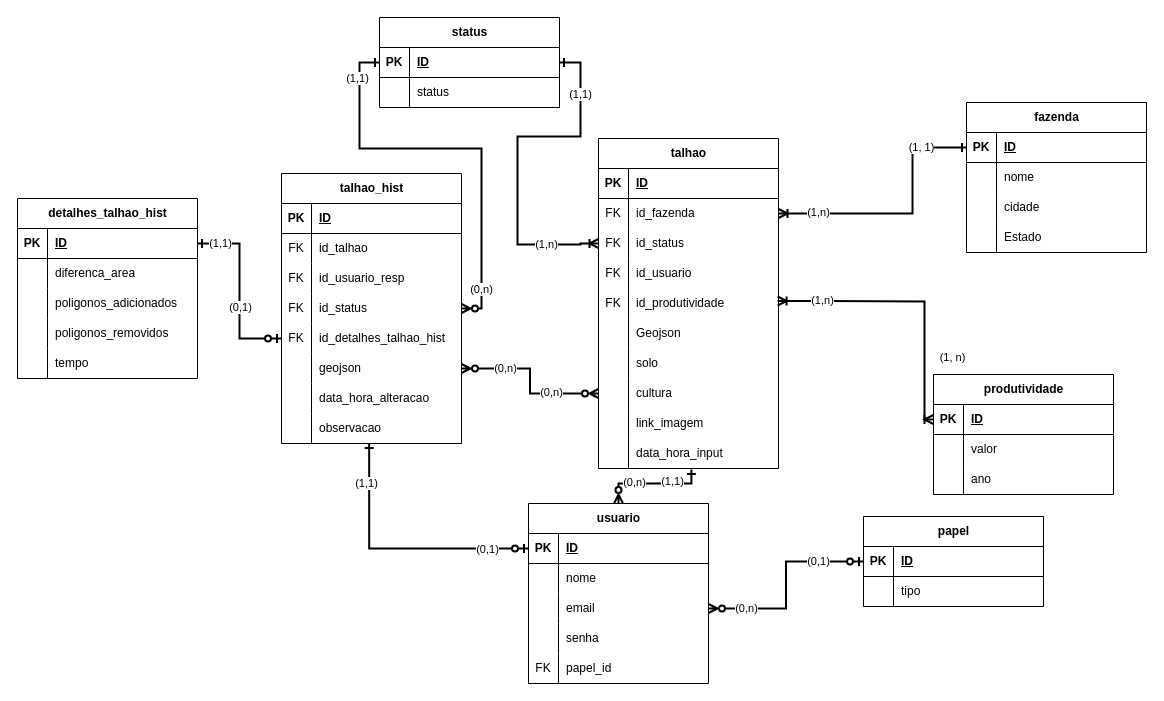
Before: Diagrama entidade.drawio in Morpheus-Fatec/API_4S_Visiona_PolygonEditor, a draw.io diagram. Source tidied: cells renumbered, new cells numbered last; positions are measured from the earlier drawing's top-left corner, leaving out a move shared by most shapes. Both pictures are drawn from the tidied source at 100%, with x=0, y=0 at pixel (17, 17).
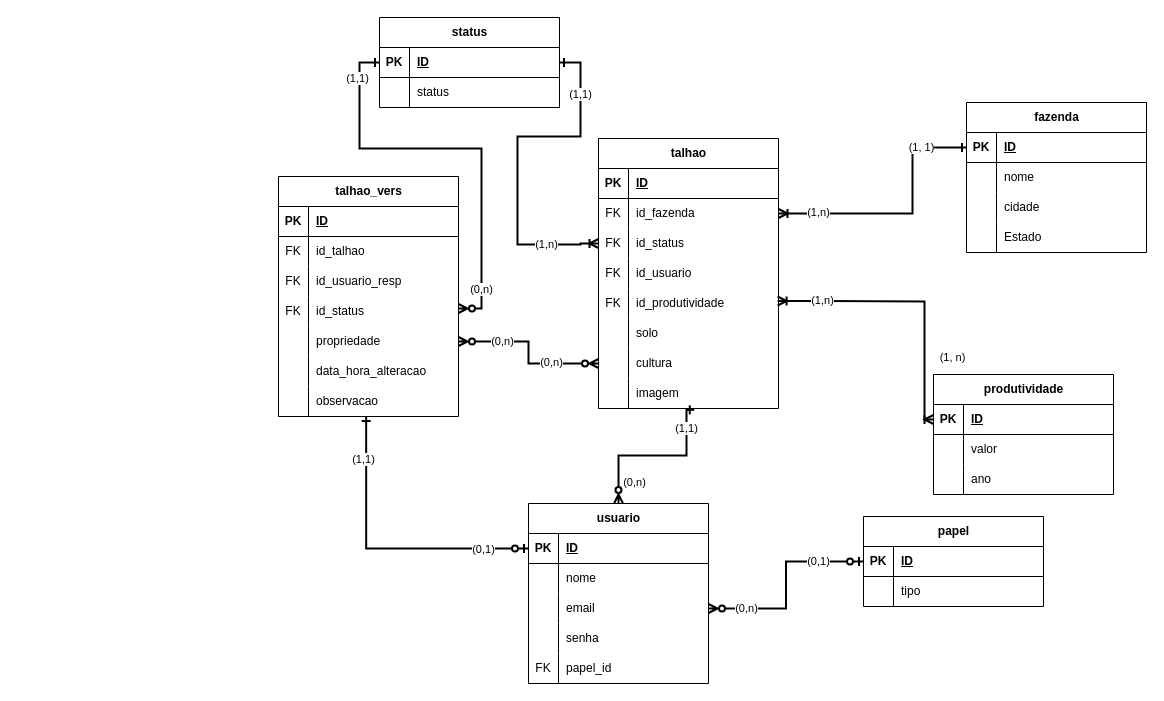
After the change.

Commit message:
correcoes no diagrama

The change refers to these unchanged cells:
```xml
<mxCell id="59" value="usuario" style="shape=table;startSize=30;childLayout=tableLayout;rowLines=0;fontStyle=1;align=center;html=1;" parent="1" vertex="1">
  <mxGeometry x="511" y="486" width="180" height="180" as="geometry" />
</mxCell>
```

The edit, as a diff of the source:
```diff
@@
     <mxCell id="2" value="talhao" style="shape=table;startSize=30;childLayout=tableLayout;rowLines=0;fontStyle=1;align=center;html=1;" parent="1" vertex="1">
-      <mxGeometry x="581" y="121" width="180" height="330" as="geometry" />
+      <mxGeometry x="581" y="121" width="180" height="270" as="geometry" />
     </mxCell>
@@
-    <mxCell id="18" style="shape=tableRow;horizontal=0;startSize=0;swimlaneHead=0;swimlaneBody=0;fillColor=none;top=0;left=0;right=0;bottom=0;" parent="2" vertex="1">
-      <mxGeometry y="180" width="180" height="30" as="geometry" />
-    </mxCell>
-    <mxCell id="19" style="shape=partialRectangle;fillColor=none;top=0;left=0;bottom=0;right=0;overflow=hidden;whiteSpace=wrap;html=1;" parent="18" vertex="1">
-      <mxGeometry width="30" height="30" as="geometry" />
-    </mxCell>
-    <mxCell id="20" value="Geojson" style="shape=partialRectangle;fillColor=none;top=0;left=0;bottom=0;right=0;align=left;spacingLeft=6;overflow=hidden;whiteSpace=wrap;html=1;" parent="18" vertex="1">
-      <mxGeometry x="30" width="150" height="30" as="geometry" />
-    </mxCell>
     <mxCell id="21" style="shape=tableRow;horizontal=0;startSize=0;swimlaneHead=0;swimlaneBody=0;fillColor=none;top=0;left=0;right=0;bottom=0;" parent="2" vertex="1">
-      <mxGeometry y="210" width="180" height="30" as="geometry" />
+      <mxGeometry y="180" width="180" height="30" as="geometry" />
     </mxCell>
@@
     <mxCell id="24" style="shape=tableRow;horizontal=0;startSize=0;swimlaneHead=0;swimlaneBody=0;fillColor=none;points=[[0,0.5],[1,0.5]];portConstraint=eastwest;top=0;left=0;right=0;bottom=0;" parent="2" vertex="1">
-      <mxGeometry y="240" width="180" height="30" as="geometry" />
+      <mxGeometry y="210" width="180" height="30" as="geometry" />
     </mxCell>
@@
     <mxCell id="27" style="shape=tableRow;horizontal=0;startSize=0;swimlaneHead=0;swimlaneBody=0;fillColor=none;points=[[0,0.5],[1,0.5]];portConstraint=eastwest;top=0;left=0;right=0;bottom=0;" parent="2" vertex="1">
-      <mxGeometry y="270" width="180" height="30" as="geometry" />
+      <mxGeometry y="240" width="180" height="30" as="geometry" />
     </mxCell>
@@
-    <mxCell id="29" value="link_imagem" style="shape=partialRectangle;fillColor=none;top=0;left=0;bottom=0;right=0;align=left;spacingLeft=6;overflow=hidden;whiteSpace=wrap;html=1;" parent="27" vertex="1">
+    <mxCell id="29" value="imagem" style="shape=partialRectangle;fillColor=none;top=0;left=0;bottom=0;right=0;align=left;spacingLeft=6;overflow=hidden;whiteSpace=wrap;html=1;" parent="27" vertex="1">
       <mxGeometry x="30" width="150" height="30" as="geometry" />
     </mxCell>
-    <mxCell id="30" style="shape=tableRow;horizontal=0;startSize=0;swimlaneHead=0;swimlaneBody=0;fillColor=none;points=[[0,0.5],[1,0.5]];portConstraint=eastwest;top=0;left=0;right=0;bottom=0;" parent="2" vertex="1">
-      <mxGeometry y="300" width="180" height="30" as="geometry" />
-    </mxCell>
-    <mxCell id="31" style="shape=partialRectangle;fillColor=none;top=0;left=0;bottom=0;right=0;overflow=hidden;whiteSpace=wrap;html=1;" parent="30" vertex="1">
-      <mxGeometry width="30" height="30" as="geometry" />
-    </mxCell>
-    <mxCell id="32" value="data_hora_input" style="shape=partialRectangle;fillColor=none;top=0;left=0;bottom=0;right=0;align=left;spacingLeft=6;overflow=hidden;whiteSpace=wrap;html=1;" parent="30" vertex="1">
-      <mxGeometry x="30" width="150" height="30" as="geometry" />
-    </mxCell>
@@
-    <mxCell id="101" value="talhao_hist" style="shape=table;startSize=30;childLayout=tableLayout;rowLines=0;fontStyle=1;align=center;html=1;" parent="1" vertex="1">
-      <mxGeometry x="264" y="156" width="180" height="270" as="geometry" />
+    <mxCell id="101" value="talhao_vers" style="shape=table;startSize=30;childLayout=tableLayout;rowLines=0;fontStyle=1;align=center;html=1;" parent="1" vertex="1">
+      <mxGeometry x="261" y="159" width="180" height="240" as="geometry" />
     </mxCell>
@@
-    <mxCell id="114" style="shape=tableRow;horizontal=0;startSize=0;swimlaneHead=0;swimlaneBody=0;fillColor=none;points=[[0,0.5],[1,0.5]];portConstraint=eastwest;top=0;left=0;right=0;bottom=0;" parent="101" vertex="1">
-      <mxGeometry y="150" width="180" height="30" as="geometry" />
-    </mxCell>
-    <mxCell id="115" value="FK" style="shape=partialRectangle;fillColor=none;top=0;left=0;bottom=0;right=0;overflow=hidden;whiteSpace=wrap;html=1;" parent="114" vertex="1">
-      <mxGeometry width="30" height="30" as="geometry" />
-    </mxCell>
-    <mxCell id="116" value="id_detalhes_talhao_hist" style="shape=partialRectangle;fillColor=none;top=0;left=0;bottom=0;right=0;align=left;spacingLeft=6;overflow=hidden;whiteSpace=wrap;html=1;" parent="114" vertex="1">
-      <mxGeometry x="30" width="150" height="30" as="geometry" />
-    </mxCell>
     <mxCell id="117" style="shape=tableRow;horizontal=0;startSize=0;swimlaneHead=0;swimlaneBody=0;fillColor=none;points=[[0,0.5],[1,0.5]];portConstraint=eastwest;top=0;left=0;right=0;bottom=0;" parent="101" vertex="1">
-      <mxGeometry y="180" width="180" height="30" as="geometry" />
+      <mxGeometry y="150" width="180" height="30" as="geometry" />
     </mxCell>
@@
-    <mxCell id="119" value="geojson" style="shape=partialRectangle;fillColor=none;top=0;left=0;bottom=0;right=0;align=left;spacingLeft=6;overflow=hidden;whiteSpace=wrap;html=1;" parent="117" vertex="1">
+    <mxCell id="119" value="propriedade" style="shape=partialRectangle;fillColor=none;top=0;left=0;bottom=0;right=0;align=left;spacingLeft=6;overflow=hidden;whiteSpace=wrap;html=1;" parent="117" vertex="1">
       <mxGeometry x="30" width="150" height="30" as="geometry" />
     </mxCell>
     <mxCell id="120" style="shape=tableRow;horizontal=0;startSize=0;swimlaneHead=0;swimlaneBody=0;fillColor=none;top=0;left=0;right=0;bottom=0;" parent="101" vertex="1">
-      <mxGeometry y="210" width="180" height="30" as="geometry" />
+      <mxGeometry y="180" width="180" height="30" as="geometry" />
     </mxCell>
@@
     <mxCell id="123" style="shape=tableRow;horizontal=0;startSize=0;swimlaneHead=0;swimlaneBody=0;fillColor=none;points=[[0,0.5],[1,0.5]];portConstraint=eastwest;top=0;left=0;right=0;bottom=0;" parent="101" vertex="1">
-      <mxGeometry y="240" width="180" height="30" as="geometry" />
+      <mxGeometry y="210" width="180" height="30" as="geometry" />
     </mxCell>
@@
-    <mxCell id="129" value="&lt;span style=&quot;text-align: left; text-wrap-mode: wrap;&quot;&gt;detalhes_talhao_hist&lt;/span&gt;" style="shape=table;startSize=30;childLayout=tableLayout;rowLines=0;fontStyle=1;align=center;html=1;" parent="1" vertex="1">
-      <mxGeometry y="181" width="180" height="180" as="geometry" />
-    </mxCell>
-    <mxCell id="130" style="shape=tableRow;horizontal=0;startSize=0;swimlaneHead=0;swimlaneBody=0;fillColor=none;points=[[0,0.5],[1,0.5]];portConstraint=eastwest;top=0;left=0;right=0;bottom=1;" parent="129" vertex="1">
-      <mxGeometry y="30" width="180" height="30" as="geometry" />
-    </mxCell>
-    <mxCell id="131" value="PK" style="shape=partialRectangle;fillColor=none;top=0;left=0;bottom=0;right=0;fontStyle=1;overflow=hidden;whiteSpace=wrap;html=1;" parent="130" vertex="1">
-      <mxGeometry width="30" height="30" as="geometry" />
-    </mxCell>
-    <mxCell id="132" value="ID" style="shape=partialRectangle;fillColor=none;top=0;left=0;bottom=0;right=0;align=left;spacingLeft=6;fontStyle=5;overflow=hidden;whiteSpace=wrap;html=1;" parent="130" vertex="1">
-      <mxGeometry x="30" width="150" height="30" as="geometry" />
-    </mxCell>
-    <mxCell id="133" style="shape=tableRow;horizontal=0;startSize=0;swimlaneHead=0;swimlaneBody=0;fillColor=none;top=0;left=0;right=0;bottom=0;" parent="129" vertex="1">
-      <mxGeometry y="60" width="180" height="30" as="geometry" />
-    </mxCell>
-    <mxCell id="134" style="shape=partialRectangle;fillColor=none;top=0;left=0;bottom=0;right=0;overflow=hidden;whiteSpace=wrap;html=1;" parent="133" vertex="1">
-      <mxGeometry width="30" height="30" as="geometry" />
-    </mxCell>
-    <mxCell id="135" value="diferenca_area" style="shape=partialRectangle;fillColor=none;top=0;left=0;bottom=0;right=0;align=left;spacingLeft=6;overflow=hidden;whiteSpace=wrap;html=1;" parent="133" vertex="1">
-      <mxGeometry x="30" width="150" height="30" as="geometry" />
-    </mxCell>
-    <mxCell id="136" style="shape=tableRow;horizontal=0;startSize=0;swimlaneHead=0;swimlaneBody=0;fillColor=none;top=0;left=0;right=0;bottom=0;" parent="129" vertex="1">
-      <mxGeometry y="90" width="180" height="30" as="geometry" />
-    </mxCell>
-    <mxCell id="137" style="shape=partialRectangle;fillColor=none;top=0;left=0;bottom=0;right=0;overflow=hidden;whiteSpace=wrap;html=1;" parent="136" vertex="1">
-      <mxGeometry width="30" height="30" as="geometry" />
-    </mxCell>
-    <mxCell id="138" value="poligonos_adicionados" style="shape=partialRectangle;fillColor=none;top=0;left=0;bottom=0;right=0;align=left;spacingLeft=6;overflow=hidden;whiteSpace=wrap;html=1;" parent="136" vertex="1">
-      <mxGeometry x="30" width="150" height="30" as="geometry" />
-    </mxCell>
-    <mxCell id="139" style="shape=tableRow;horizontal=0;startSize=0;swimlaneHead=0;swimlaneBody=0;fillColor=none;top=0;left=0;right=0;bottom=0;" parent="129" vertex="1">
-      <mxGeometry y="120" width="180" height="30" as="geometry" />
-    </mxCell>
-    <mxCell id="140" style="shape=partialRectangle;fillColor=none;top=0;left=0;bottom=0;right=0;overflow=hidden;whiteSpace=wrap;html=1;" parent="139" vertex="1">
-      <mxGeometry width="30" height="30" as="geometry" />
-    </mxCell>
-    <mxCell id="141" value="poligonos_removidos" style="shape=partialRectangle;fillColor=none;top=0;left=0;bottom=0;right=0;align=left;spacingLeft=6;overflow=hidden;whiteSpace=wrap;html=1;" parent="139" vertex="1">
-      <mxGeometry x="30" width="150" height="30" as="geometry" />
-    </mxCell>
-    <mxCell id="142" style="shape=tableRow;horizontal=0;startSize=0;swimlaneHead=0;swimlaneBody=0;fillColor=none;top=0;left=0;right=0;bottom=0;" parent="129" vertex="1">
-      <mxGeometry y="150" width="180" height="30" as="geometry" />
-    </mxCell>
-    <mxCell id="143" style="shape=partialRectangle;fillColor=none;top=0;left=0;bottom=0;right=0;overflow=hidden;whiteSpace=wrap;html=1;" parent="142" vertex="1">
-      <mxGeometry width="30" height="30" as="geometry" />
-    </mxCell>
-    <mxCell id="144" value="tempo" style="shape=partialRectangle;fillColor=none;top=0;left=0;bottom=0;right=0;align=left;spacingLeft=6;overflow=hidden;whiteSpace=wrap;html=1;" parent="142" vertex="1">
-      <mxGeometry x="30" width="150" height="30" as="geometry" />
-    </mxCell>
-    <mxCell id="145" style="edgeStyle=orthogonalEdgeStyle;rounded=0;jettySize=auto;html=1;entryX=0;entryY=0.5;entryDx=0;entryDy=0;exitX=1;exitY=0.5;exitDx=0;exitDy=0;endArrow=ERzeroToOne;endFill=0;startArrow=ERone;startFill=0;strokeWidth=2;" parent="1" edge="1" source="130" target="114">
-      <mxGeometry relative="1" as="geometry" />
-    </mxCell>
-    <mxCell id="146" value="(0,1)" style="edgeLabel;html=1;align=center;verticalAlign=middle;" parent="1" vertex="1">
-      <mxGeometry x="534" y="364" as="geometry">
-        <mxPoint x="-312" y="-75" as="offset" />
-      </mxGeometry>
-    </mxCell>
-    <mxCell id="147" value="(1,1)" style="edgeLabel;html=1;align=center;verticalAlign=middle;" parent="1" vertex="1">
-      <mxGeometry x="514" y="300" as="geometry">
-        <mxPoint x="-312" y="-75" as="offset" />
-      </mxGeometry>
-    </mxCell>
@@
-    <mxCell id="151" style="edgeStyle=orthogonalEdgeStyle;rounded=0;jettySize=auto;html=1;entryX=0.516;entryY=1.031;entryDx=0;entryDy=0;entryPerimeter=0;strokeWidth=2;endArrow=ERone;endFill=0;startArrow=ERzeroToMany;startFill=0;" parent="1" edge="1" source="59" target="30">
-      <mxGeometry relative="1" as="geometry" />
+    <mxCell id="151" style="edgeStyle=orthogonalEdgeStyle;rounded=0;jettySize=auto;html=1;entryX=0.532;entryY=1.045;entryDx=0;entryDy=0;entryPerimeter=0;strokeWidth=2;endArrow=ERone;endFill=0;startArrow=ERzeroToMany;startFill=0;" parent="1" edge="1" source="59" target="27">
+      <mxGeometry relative="1" as="geometry">
+        <Array as="points">
+          <mxPoint x="601" y="438" />
+          <mxPoint x="669" y="438" />
+          <mxPoint x="669" y="392" />
+        </Array>
+      </mxGeometry>
     </mxCell>
@@
     <mxCell id="153" value="(1,1)" style="edgeLabel;html=1;align=center;verticalAlign=middle;" parent="1" vertex="1">
-      <mxGeometry x="768" y="327" as="geometry">
+      <mxGeometry x="782" y="274" as="geometry">
         <mxPoint x="-114" y="136" as="offset" />
       </mxGeometry>
     </mxCell>
```
